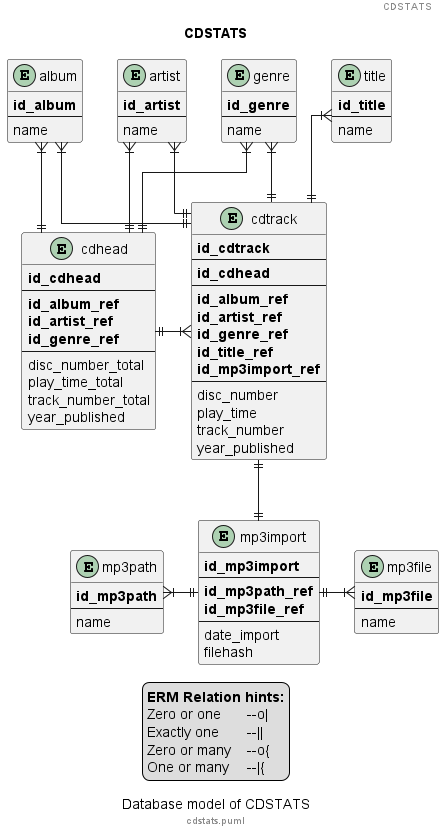
Above: images/cdstats.png in ThirtySomething/ID3Stats (PlantUML), before the change.
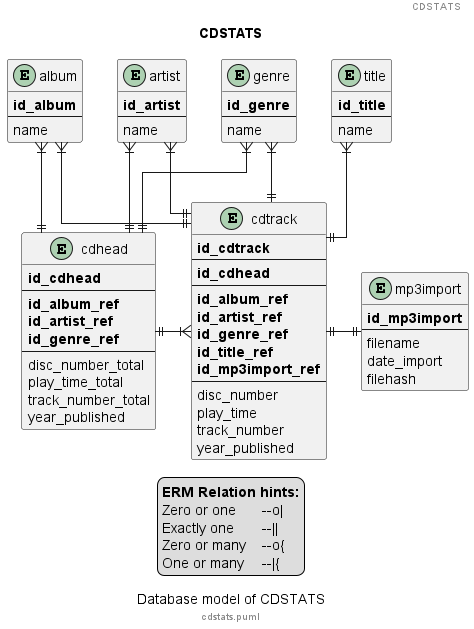
After the commit.

Commit message:
#UPD Merge of MP3* tables to MP3Import because of missing benefits #UPD CDHead references Album, Artist and Genre

Change to the diagram source:
```diff
@@ -10,24 +10,10 @@
 
 skinparam linetype ortho
 
-entity mp3file {
-    **id_mp3file**
-    --
-    name
-}
-
-entity mp3path {
-    **id_mp3path**
-    --
-    name
-}
-
 entity mp3import {
     **id_mp3import**
     --
-    **id_mp3path_ref**
-    **id_mp3file_ref**
-    --
+    filename
     date_import
     filehash
 }
@@ -37,7 +23,6 @@
     --
     name
 }
-
 
 entity artist {
     **id_artist**
@@ -87,9 +72,6 @@
     year_published
 }
 
-mp3import ||--l|{ mp3path
-mp3import ||--r|{ mp3file
-
 cdhead ||--u|{ album
 cdhead ||--u|{ artist
 cdhead ||--r|{ cdtrack
@@ -99,7 +81,7 @@
 cdtrack ||--u|{ artist
 cdtrack ||--u|{ genre
 cdtrack ||--u|{ title
-cdtrack ||--d|| mp3import
+cdtrack ||--r|| mp3import
 
 album -[hidden]r-> artist
 artist -[hidden]r-> genre
```
